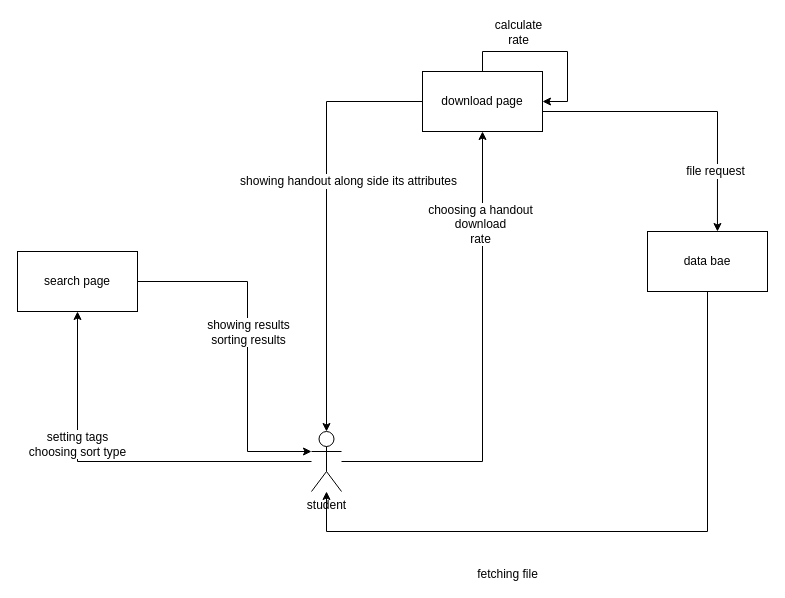
redZmortallancer/project-az-narm-1 keeps this draw.io diagram as communication diagram download.drawio. Above is the earlier version. Source tidied: cells renumbered, new cells numbered last; positions are measured from the earlier drawing's top-left corner, leaving out a move shared by most shapes. Both pictures are drawn from the tidied source at 100%, with x=0, y=0 at pixel (17, 51).
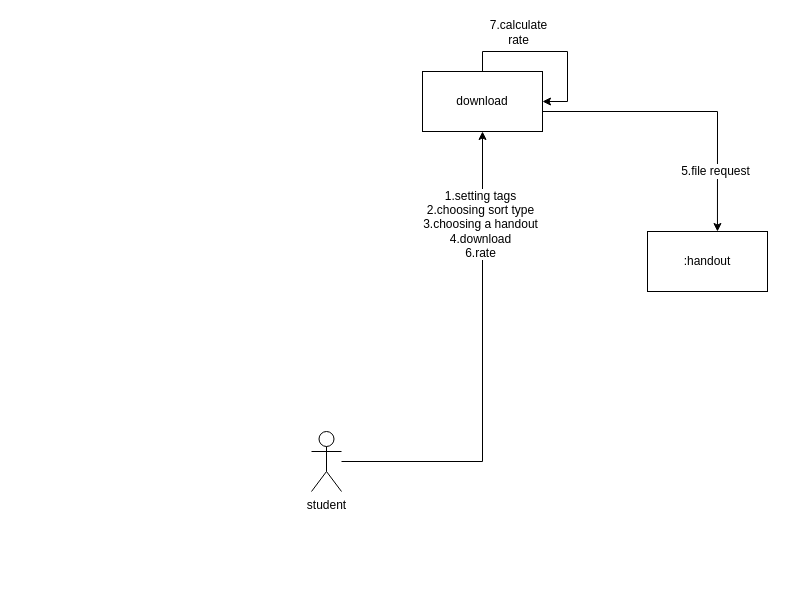
The same diagram, later.

Unchanged cells that the change refers to:
```xml
<mxCell id="7" style="edgeStyle=orthogonalEdgeStyle;rounded=0;jettySize=auto;html=1;entryX=0.5;entryY=1;entryDx=0;entryDy=0;" parent="1" edge="1" source="9" target="19">
  <mxGeometry relative="1" as="geometry" />
</mxCell>
<mxCell id="9" value="student" style="shape=umlActor;verticalLabelPosition=bottom;labelBackgroundColor=#ffffff;verticalAlign=top;html=1;outlineConnect=0;" parent="1" vertex="1">
  <mxGeometry x="294" y="380" width="30" height="60" as="geometry" />
</mxCell>
<mxCell id="13" style="edgeStyle=orthogonalEdgeStyle;rounded=0;orthogonalLoop=1;jettySize=auto;html=1;entryX=1;entryY=0.5;entryDx=0;entryDy=0;" parent="1" edge="1" source="19" target="19">
  <mxGeometry relative="1" as="geometry">
    <Array as="points">
      <mxPoint x="465" />
      <mxPoint x="550" />
      <mxPoint x="550" y="50" />
    </Array>
  </mxGeometry>
</mxCell>
<mxCell id="15" style="edgeStyle=orthogonalEdgeStyle;rounded=0;jettySize=auto;html=1;entryX=0.583;entryY=0;entryDx=0;entryDy=0;entryPerimeter=0;" parent="1" edge="1" source="19" target="12">
  <mxGeometry relative="1" as="geometry">
    <Array as="points">
      <mxPoint x="700" y="60" />
    </Array>
  </mxGeometry>
</mxCell>
```

The edit, as a diff of the source:
```diff
@@
-    <mxCell id="2" style="edgeStyle=orthogonalEdgeStyle;rounded=0;jettySize=auto;html=1;entryX=0;entryY=0.3333333333333333;entryDx=0;entryDy=0;entryPerimeter=0;" parent="1" edge="1" source="4" target="9">
-      <mxGeometry relative="1" as="geometry">
-        <Array as="points">
-          <mxPoint x="230" y="230" />
-          <mxPoint x="230" y="400" />
-        </Array>
-      </mxGeometry>
-    </mxCell>
-    <mxCell id="3" value="showing results&lt;br&gt;sorting results" style="text;html=1;align=center;verticalAlign=middle;labelBackgroundColor=#ffffff;" parent="2" vertex="1">
-      <mxGeometry x="-0.71" y="1" relative="1" as="geometry">
-        <mxPoint x="60.5" y="51.5" as="offset" />
-      </mxGeometry>
-    </mxCell>
-    <mxCell id="4" value="search page" style="rounded=0;whiteSpace=wrap;html=1;" parent="1" vertex="1">
-      <mxGeometry y="200" width="120" height="60" as="geometry" />
-    </mxCell>
-    <mxCell id="5" style="edgeStyle=orthogonalEdgeStyle;rounded=0;jettySize=auto;html=1;entryX=0.5;entryY=1;entryDx=0;entryDy=0;" parent="1" edge="1" source="9" target="4">
-      <mxGeometry relative="1" as="geometry" />
-    </mxCell>
-    <mxCell id="6" value="setting tags&lt;br&gt;choosing sort type" style="text;html=1;align=center;verticalAlign=middle;labelBackgroundColor=#ffffff;" parent="5" vertex="1">
-      <mxGeometry x="0.31" y="2" relative="1" as="geometry">
-        <mxPoint x="1" as="offset" />
-      </mxGeometry>
-    </mxCell>
@@
-    <mxCell id="8" value="choosing a handout&lt;br&gt;download&lt;br&gt;rate" style="text;html=1;align=center;verticalAlign=middle;labelBackgroundColor=#ffffff;" parent="7" vertex="1">
+    <mxCell id="8" value="1.setting tags&lt;br&gt;2.choosing sort type&lt;br&gt;3.choosing a handout&lt;br&gt;4.download&lt;br&gt;6.rate" style="text;html=1;align=center;verticalAlign=middle;labelBackgroundColor=#ffffff;" parent="7" vertex="1">
       <mxGeometry x="0.61" y="3" relative="1" as="geometry" />
     </mxCell>
@@
-    <mxCell id="10" style="edgeStyle=orthogonalEdgeStyle;rounded=0;jettySize=auto;html=1;" parent="1" edge="1" source="12">
-      <mxGeometry relative="1" as="geometry">
-        <mxPoint x="309" y="440" as="targetPoint" />
-        <Array as="points">
-          <mxPoint x="690" y="480" />
-          <mxPoint x="309" y="480" />
-        </Array>
-      </mxGeometry>
-    </mxCell>
-    <mxCell id="11" value="fetching file " style="text;html=1;align=center;verticalAlign=middle;labelBackgroundColor=#ffffff;" parent="10" vertex="1">
-      <mxGeometry x="-0.39" y="-101" relative="1" as="geometry">
-        <mxPoint x="-100" y="80.5" as="offset" />
-      </mxGeometry>
-    </mxCell>
-    <mxCell id="12" value="data bae" style="rounded=0;whiteSpace=wrap;html=1;" parent="1" vertex="1">
+    <mxCell id="12" value=":handout" style="rounded=0;whiteSpace=wrap;html=1;" parent="1" vertex="1">
       <mxGeometry x="630" y="180" width="120" height="60" as="geometry" />
     </mxCell>
@@
-    <mxCell id="14" value="calculate &lt;br&gt;rate" style="text;html=1;align=center;verticalAlign=middle;labelBackgroundColor=#ffffff;" parent="13" vertex="1">
+    <mxCell id="14" value="7.calculate &lt;br&gt;rate" style="text;html=1;align=center;verticalAlign=middle;labelBackgroundColor=#ffffff;" parent="13" vertex="1">
       <mxGeometry x="-0.35" relative="1" as="geometry">
         <mxPoint x="-4" y="-20" as="offset" />
       </mxGeometry>
     </mxCell>
@@
-    <mxCell id="16" value="file request" style="text;html=1;align=center;verticalAlign=middle;labelBackgroundColor=#ffffff;" parent="15" vertex="1">
+    <mxCell id="16" value="5.file request" style="text;html=1;align=center;verticalAlign=middle;labelBackgroundColor=#ffffff;" parent="15" vertex="1">
       <mxGeometry x="0.59" y="-2" relative="1" as="geometry" />
     </mxCell>
-    <mxCell id="17" style="edgeStyle=orthogonalEdgeStyle;rounded=0;jettySize=auto;html=1;entryX=0.5;entryY=0;entryDx=0;entryDy=0;entryPerimeter=0;" parent="1" edge="1" source="19" target="9">
-      <mxGeometry relative="1" as="geometry">
-        <Array as="points">
-          <mxPoint x="309" y="50" />
-        </Array>
-      </mxGeometry>
-    </mxCell>
-    <mxCell id="18" value="showing handout along side its attributes" style="text;html=1;align=center;verticalAlign=middle;labelBackgroundColor=#ffffff;" parent="17" vertex="1">
-      <mxGeometry x="-0.74" relative="1" as="geometry">
-        <mxPoint x="-20" y="79.5" as="offset" />
-      </mxGeometry>
-    </mxCell>
-    <mxCell id="19" value="download page" style="rounded=0;whiteSpace=wrap;html=1;" parent="1" vertex="1">
+    <mxCell id="19" value="download" style="rounded=0;whiteSpace=wrap;html=1;" parent="1" vertex="1">
       <mxGeometry x="405" y="20" width="120" height="60" as="geometry" />
     </mxCell>
```
